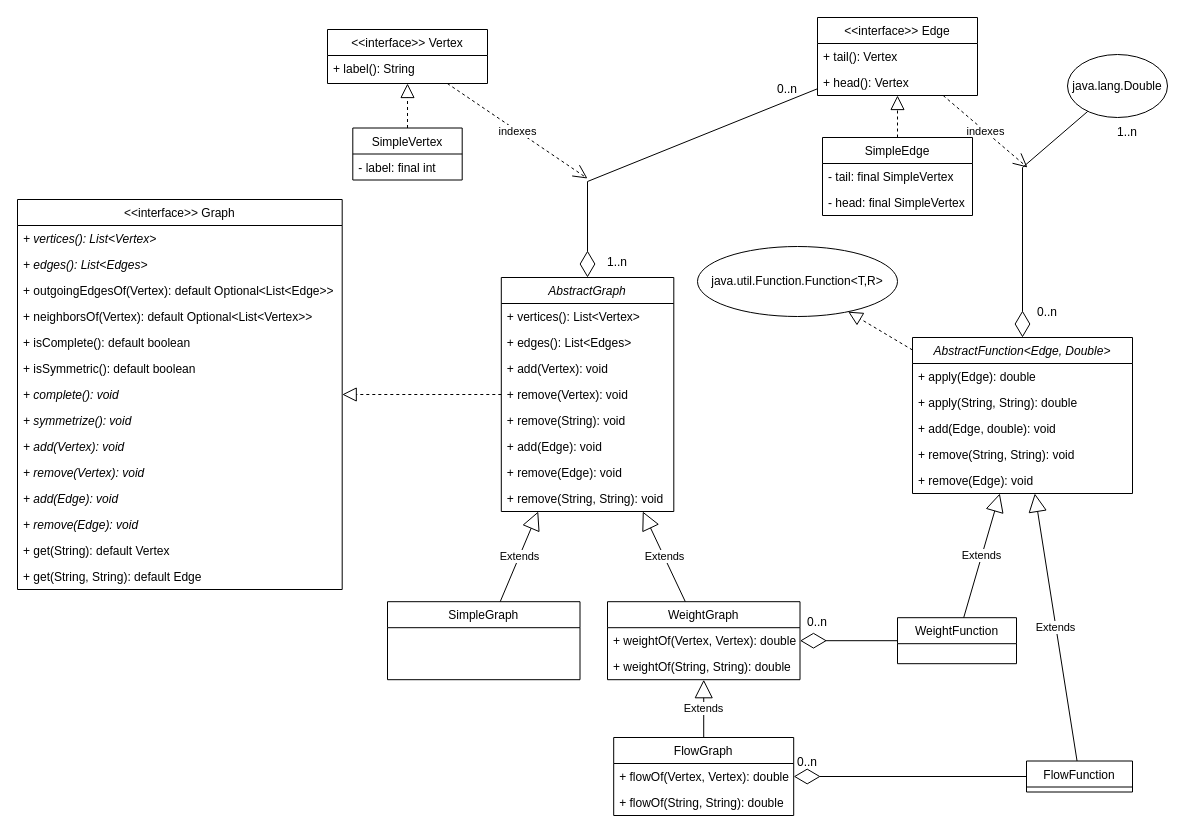
The draw.io diagram docs/graph.drawio in mgmu/jraf, before the edit. Source tidied: cells renumbered, new cells numbered last; positions are measured from the earlier drawing's top-left corner, leaving out a move shared by most shapes. Both pictures are drawn from the tidied source at 100%, with x=0, y=0 at pixel (17, 17).
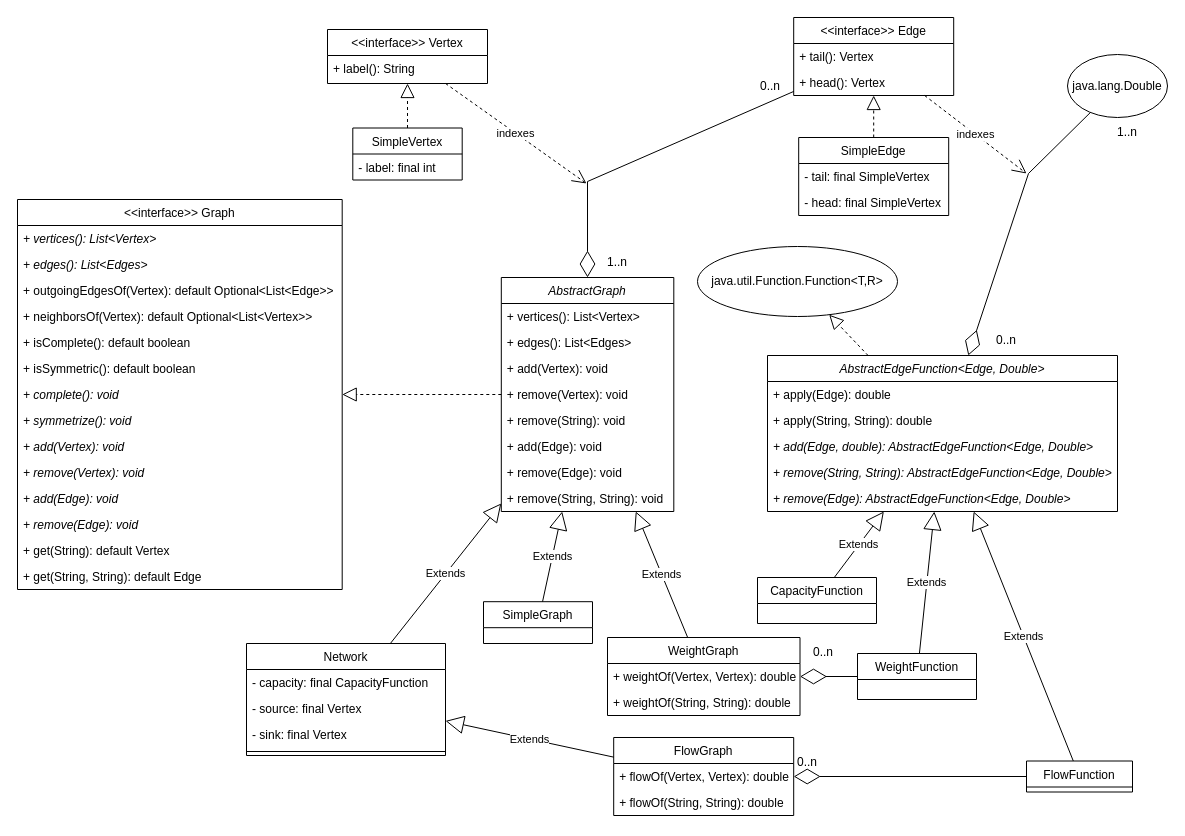
The same page after the edit.

Commit message:
Added representation of networks and updated representation of flow networks

Unchanged cells that the change refers to:
```xml
<mxCell id="2" value="&lt;&lt;interface&gt;&gt; Vertex" style="swimlane;fontStyle=0;align=center;verticalAlign=top;horizontal=1;startSize=26;rounded=0;shadow=0;strokeWidth=1;" parent="1" vertex="1">
  <mxGeometry x="310" y="12" width="160" height="54" as="geometry" />
</mxCell>
<mxCell id="29" value="FlowGraph" style="swimlane;fontStyle=0;align=center;verticalAlign=top;horizontal=1;startSize=26;rounded=0;shadow=0;strokeWidth=1;" parent="1" vertex="1">
  <mxGeometry x="596.2" y="720" width="180" height="78" as="geometry" />
</mxCell>
<mxCell id="37" value="java.lang.Double" style="ellipse;whiteSpace=wrap;html=1;" parent="1" vertex="1">
  <mxGeometry x="1050" y="37" width="100" height="63" as="geometry" />
</mxCell>
<mxCell id="58" value="AbstractGraph" style="swimlane;fontStyle=2;align=center;verticalAlign=top;horizontal=1;startSize=26;rounded=0;shadow=0;strokeWidth=1;" parent="1" vertex="1">
  <mxGeometry x="483.8" y="260" width="172.5" height="234" as="geometry" />
</mxCell>
```

Diff of the diagram source:
```diff
@@
     <mxCell id="4" value="&lt;&lt;interface&gt;&gt; Edge" style="swimlane;fontStyle=0;align=center;verticalAlign=top;horizontal=1;startSize=26;rounded=0;shadow=0;strokeWidth=1;" parent="1" vertex="1">
-      <mxGeometry x="800" width="160" height="78" as="geometry" />
+      <mxGeometry x="776.2" width="160" height="78" as="geometry" />
     </mxCell>
     <mxCell id="5" value="indexes" style="endArrow=open;endSize=12;dashed=1;html=1;rounded=0;" parent="4" edge="1" source="2">
       <mxGeometry relative="1" as="geometry">
-        <mxPoint x="-230" y="161" as="targetPoint" />
+        <mxPoint x="-207.2" y="166" as="targetPoint" />
       </mxGeometry>
     </mxCell>
@@
     <mxCell id="24" value="0..n" style="text;html=1;strokeColor=none;fillColor=none;align=center;verticalAlign=middle;whiteSpace=wrap;rounded=0;" parent="1" vertex="1">
-      <mxGeometry x="740" y="57" width="60" height="30" as="geometry" />
+      <mxGeometry x="722.5" y="53.5" width="60" height="30" as="geometry" />
     </mxCell>
     <mxCell id="25" value="WeightGraph" style="swimlane;fontStyle=0;align=center;verticalAlign=top;horizontal=1;startSize=26;rounded=0;shadow=0;strokeWidth=1;" parent="1" vertex="1">
-      <mxGeometry x="590" y="584.2" width="192.5" height="78" as="geometry" />
+      <mxGeometry x="590" y="620" width="192.5" height="78" as="geometry" />
     </mxCell>
@@
-    <mxCell id="32" value="Extends" style="endArrow=block;endSize=16;endFill=0;html=1;rounded=0;" parent="1" edge="1" source="29" target="25">
+    <mxCell id="32" value="Extends" style="endArrow=block;endSize=16;endFill=0;html=1;rounded=0;" parent="1" edge="1" source="29" target="74">
       <mxGeometry relative="1" as="geometry" />
     </mxCell>
@@
     <mxCell id="34" value="WeightFunction" style="swimlane;fontStyle=0;align=center;verticalAlign=top;horizontal=1;startSize=26;rounded=0;shadow=0;strokeWidth=1;" parent="1" vertex="1">
-      <mxGeometry x="880" y="600.2" width="119" height="46" as="geometry" />
+      <mxGeometry x="840" y="636" width="119" height="46" as="geometry" />
     </mxCell>
@@
-    <mxCell id="38" value="AbstractFunction&lt;Edge, Double&gt;" style="swimlane;fontStyle=2;align=center;verticalAlign=top;horizontal=1;startSize=26;rounded=0;shadow=0;strokeWidth=1;" parent="1" vertex="1">
-      <mxGeometry x="895" y="320" width="220" height="156" as="geometry" />
+    <mxCell id="38" value="AbstractEdgeFunction&lt;Edge, Double&gt;" style="swimlane;fontStyle=2;align=center;verticalAlign=top;horizontal=1;startSize=26;rounded=0;shadow=0;strokeWidth=1;" parent="1" vertex="1">
+      <mxGeometry x="750" y="338" width="350" height="156" as="geometry" />
     </mxCell>
     <mxCell id="39" value="+ apply(Edge): double" style="text;strokeColor=none;fillColor=none;align=left;verticalAlign=top;spacingLeft=4;spacingRight=4;overflow=hidden;" parent="38" vertex="1">
-      <mxGeometry y="26" width="220" height="26" as="geometry" />
+      <mxGeometry y="26" width="350" height="26" as="geometry" />
     </mxCell>
     <mxCell id="40" value="+ apply(String, String): double" style="text;strokeColor=none;fillColor=none;align=left;verticalAlign=top;spacingLeft=4;spacingRight=4;overflow=hidden;" parent="38" vertex="1">
-      <mxGeometry y="52" width="220" height="26" as="geometry" />
+      <mxGeometry y="52" width="350" height="26" as="geometry" />
     </mxCell>
-    <mxCell id="41" value="+ add(Edge, double): void" style="text;strokeColor=none;fillColor=none;align=left;verticalAlign=top;spacingLeft=4;spacingRight=4;overflow=hidden;" parent="38" vertex="1">
-      <mxGeometry y="78" width="220" height="26" as="geometry" />
+    <mxCell id="41" value="+ add(Edge, double): AbstractEdgeFunction&lt;Edge, Double&gt;" style="text;strokeColor=none;fillColor=none;align=left;verticalAlign=top;spacingLeft=4;spacingRight=4;overflow=hidden;fontStyle=2;" parent="38" vertex="1">
+      <mxGeometry y="78" width="350" height="26" as="geometry" />
     </mxCell>
-    <mxCell id="42" value="+ remove(String, String): void" style="text;strokeColor=none;fillColor=none;align=left;verticalAlign=top;spacingLeft=4;spacingRight=4;overflow=hidden;" parent="38" vertex="1">
-      <mxGeometry y="104" width="220" height="26" as="geometry" />
+    <mxCell id="42" value="+ remove(String, String): AbstractEdgeFunction&lt;Edge, Double&gt;" style="text;strokeColor=none;fillColor=none;align=left;verticalAlign=top;spacingLeft=4;spacingRight=4;overflow=hidden;fontStyle=2;" parent="38" vertex="1">
+      <mxGeometry y="104" width="350" height="26" as="geometry" />
     </mxCell>
-    <mxCell id="43" value="+ remove(Edge): void" style="text;strokeColor=none;fillColor=none;align=left;verticalAlign=top;spacingLeft=4;spacingRight=4;overflow=hidden;" parent="38" vertex="1">
-      <mxGeometry y="130" width="220" height="26" as="geometry" />
+    <mxCell id="43" value="+ remove(Edge): AbstractEdgeFunction&lt;Edge, Double&gt;" style="text;strokeColor=none;fillColor=none;align=left;verticalAlign=top;spacingLeft=4;spacingRight=4;overflow=hidden;fontStyle=2;" parent="38" vertex="1">
+      <mxGeometry y="130" width="350" height="26" as="geometry" />
     </mxCell>
@@
     <mxCell id="46" style="endArrow=diamondThin;endFill=0;endSize=24;html=1;rounded=0;" parent="1" edge="1" source="37" target="38">
       <mxGeometry relative="1" as="geometry">
         <Array as="points">
-          <mxPoint x="1005" y="150" />
+          <mxPoint x="1011" y="156" />
         </Array>
       </mxGeometry>
     </mxCell>
     <mxCell id="47" value="indexes" style="endArrow=open;endSize=12;dashed=1;html=1;rounded=0;" parent="1" edge="1" source="4">
       <mxGeometry relative="1" as="geometry">
-        <mxPoint x="1010" y="150" as="targetPoint" />
+        <mxPoint x="1009" y="156" as="targetPoint" />
       </mxGeometry>
     </mxCell>
@@
     <mxCell id="53" value="SimpleEdge" style="swimlane;fontStyle=0;align=center;verticalAlign=top;horizontal=1;startSize=26;rounded=0;shadow=0;strokeWidth=1;" parent="1" vertex="1">
-      <mxGeometry x="805" y="120" width="150" height="78" as="geometry" />
+      <mxGeometry x="781.2" y="120" width="150" height="78" as="geometry" />
     </mxCell>
@@
     <mxCell id="68" value="SimpleGraph" style="swimlane;fontStyle=0;align=center;verticalAlign=top;horizontal=1;startSize=26;rounded=0;shadow=0;strokeWidth=1;" parent="1" vertex="1">
-      <mxGeometry x="370" y="584.2" width="192.5" height="78" as="geometry" />
+      <mxGeometry x="466" y="584.2" width="109" height="41.8" as="geometry" />
     </mxCell>
@@
     <mxCell id="71" value="0..n" style="text;html=1;strokeColor=none;fillColor=none;align=center;verticalAlign=middle;whiteSpace=wrap;rounded=0;" parent="1" vertex="1">
-      <mxGeometry x="1000" y="280" width="60" height="30" as="geometry" />
+      <mxGeometry x="959" y="308" width="60" height="30" as="geometry" />
     </mxCell>
     <mxCell id="72" value="0..n" style="text;html=1;strokeColor=none;fillColor=none;align=center;verticalAlign=middle;whiteSpace=wrap;rounded=0;" parent="1" vertex="1">
-      <mxGeometry x="770" y="590" width="60" height="30" as="geometry" />
+      <mxGeometry x="776.2" y="620" width="60" height="30" as="geometry" />
     </mxCell>
@@
+    <mxCell id="74" value="Network" style="swimlane;fontStyle=0;align=center;verticalAlign=top;horizontal=1;startSize=26;rounded=0;shadow=0;strokeWidth=1;" parent="1" vertex="1">
+      <mxGeometry x="229" y="626" width="199" height="112" as="geometry" />
+    </mxCell>
+    <mxCell id="75" value="- capacity: final CapacityFunction" style="text;strokeColor=none;fillColor=none;align=left;verticalAlign=top;spacingLeft=4;spacingRight=4;overflow=hidden;" parent="74" vertex="1">
+      <mxGeometry y="26" width="199" height="26" as="geometry" />
+    </mxCell>
+    <mxCell id="76" value="- source: final Vertex" style="text;strokeColor=none;fillColor=none;align=left;verticalAlign=top;spacingLeft=4;spacingRight=4;overflow=hidden;" parent="74" vertex="1">
+      <mxGeometry y="52" width="199" height="26" as="geometry" />
+    </mxCell>
+    <mxCell id="77" value="- sink: final Vertex" style="text;strokeColor=none;fillColor=none;align=left;verticalAlign=top;spacingLeft=4;spacingRight=4;overflow=hidden;" parent="74" vertex="1">
+      <mxGeometry y="78" width="199" height="26" as="geometry" />
+    </mxCell>
+    <mxCell id="78" style="line;strokeWidth=1;fillColor=none;align=left;verticalAlign=middle;spacingTop=-1;spacingLeft=3;spacingRight=3;labelPosition=right;strokeColor=inherit;" parent="74" vertex="1">
+      <mxGeometry y="104" width="199" height="8" as="geometry" />
+    </mxCell>
+    <mxCell id="79" value="Extends" style="endArrow=block;endSize=16;endFill=0;html=1;rounded=0;" parent="1" edge="1" source="74" target="58">
+      <mxGeometry relative="1" as="geometry" />
+    </mxCell>
+    <mxCell id="80" value="CapacityFunction" style="swimlane;fontStyle=0;align=center;verticalAlign=top;horizontal=1;startSize=26;rounded=0;shadow=0;strokeWidth=1;" parent="1" vertex="1">
+      <mxGeometry x="740" y="560" width="119" height="46" as="geometry" />
+    </mxCell>
+    <mxCell id="81" value="Extends" style="endArrow=block;endSize=16;endFill=0;html=1;rounded=0;" parent="1" edge="1" source="80" target="38">
+      <mxGeometry relative="1" as="geometry" />
+    </mxCell>
```
